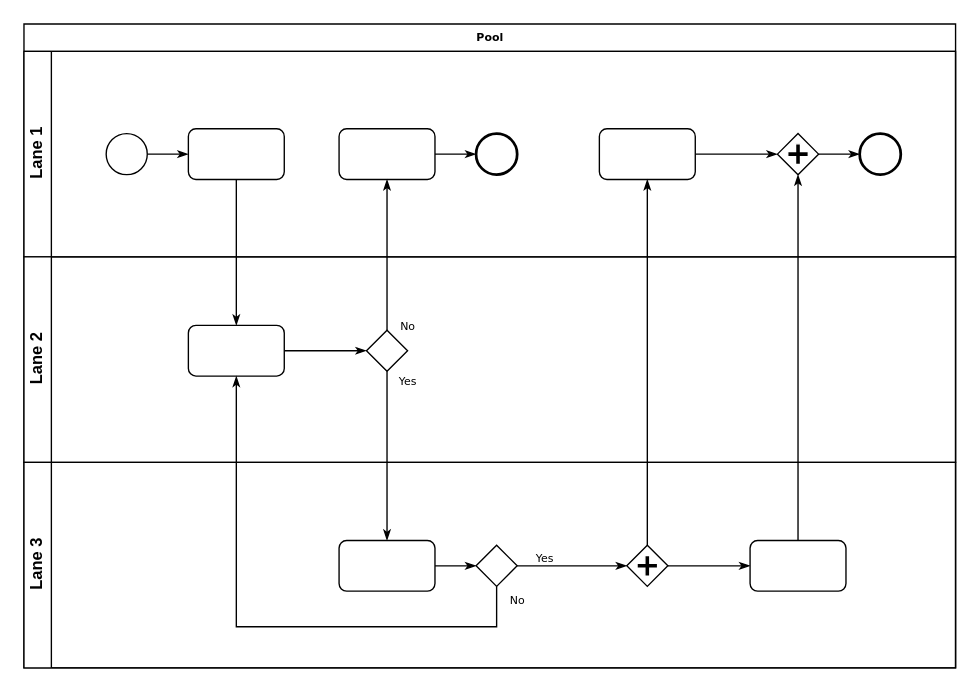
Above: page "Page-1" (1 of 3) of 物品类型映射.drawio in unclequentin/diagrams (draw.io), before the change. Source tidied: cells renumbered, new cells numbered last; positions are measured from the earlier drawing's top-left corner, leaving out a move shared by most shapes. Both pictures are drawn from the tidied source at 137%, with x=0, y=0 at pixel (23, 23).
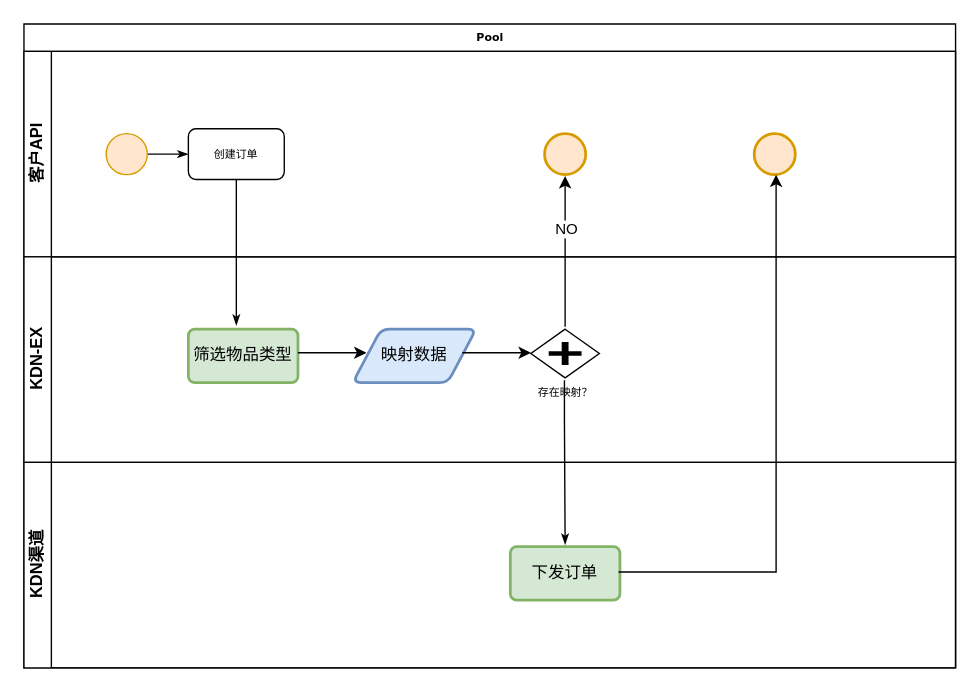
After the change.

Commit message:
更新物品类型映射.drawio

The change refers to these unchanged cells:
```xml
<mxCell id="2" value="Pool" style="swimlane;html=1;horizontal=1;startSize=20;rounded=0;shadow=0;labelBackgroundColor=none;strokeWidth=1;fontFamily=Verdana;fontSize=8;align=center;" parent="1" vertex="1">
  <mxGeometry width="680" height="470" as="geometry" />
</mxCell>
```

What changed in the source:
```diff
@@
-    <mxCell id="3" value="Lane 1" style="swimlane;html=1;startSize=20;horizontal=0;" parent="2" vertex="1">
+    <mxCell id="3" value="客户API" style="swimlane;html=1;startSize=20;horizontal=0;" parent="2" vertex="1">
       <mxGeometry y="20" width="680" height="150" as="geometry" />
     </mxCell>
@@
-    <mxCell id="5" style="ellipse;whiteSpace=wrap;html=1;rounded=0;shadow=0;labelBackgroundColor=none;strokeWidth=1;fontFamily=Verdana;fontSize=8;align=center;" parent="3" vertex="1">
+    <mxCell id="5" style="ellipse;whiteSpace=wrap;html=1;rounded=0;shadow=0;labelBackgroundColor=none;strokeWidth=1;fontFamily=Verdana;fontSize=8;align=center;fillColor=#ffe6cc;strokeColor=#d79b00;" parent="3" vertex="1">
       <mxGeometry x="60" y="60" width="30" height="30" as="geometry" />
     </mxCell>
-    <mxCell id="6" style="rounded=1;whiteSpace=wrap;html=1;shadow=0;labelBackgroundColor=none;strokeWidth=1;fontFamily=Verdana;fontSize=8;align=center;" parent="3" vertex="1">
+    <mxCell id="6" value="创建订单" style="rounded=1;whiteSpace=wrap;html=1;shadow=0;labelBackgroundColor=none;strokeWidth=1;fontFamily=Verdana;fontSize=8;align=center;" parent="3" vertex="1">
       <mxGeometry x="120" y="56.5" width="70" height="37" as="geometry" />
     </mxCell>
-    <mxCell id="7" style="edgeStyle=orthogonalEdgeStyle;rounded=0;html=1;labelBackgroundColor=none;startArrow=none;startFill=0;startSize=5;endArrow=classicThin;endFill=1;endSize=5;jettySize=auto;strokeWidth=1;fontFamily=Verdana;fontSize=8;" parent="3" edge="1" source="8" target="9">
-      <mxGeometry relative="1" as="geometry" />
-    </mxCell>
-    <mxCell id="8" style="rounded=1;whiteSpace=wrap;html=1;shadow=0;labelBackgroundColor=none;strokeWidth=1;fontFamily=Verdana;fontSize=8;align=center;" parent="3" vertex="1">
-      <mxGeometry x="230" y="56.5" width="70" height="37" as="geometry" />
-    </mxCell>
-    <mxCell id="9" style="ellipse;whiteSpace=wrap;html=1;rounded=0;shadow=0;labelBackgroundColor=none;strokeWidth=2;fontFamily=Verdana;fontSize=8;align=center;" parent="3" vertex="1">
-      <mxGeometry x="330" y="60" width="30" height="30" as="geometry" />
-    </mxCell>
-    <mxCell id="10" style="edgeStyle=orthogonalEdgeStyle;rounded=0;html=1;entryX=0;entryY=0.5;labelBackgroundColor=none;startArrow=none;startFill=0;startSize=5;endArrow=classicThin;endFill=1;endSize=5;jettySize=auto;strokeWidth=1;fontFamily=Verdana;fontSize=8;" parent="3" edge="1" source="11" target="13">
-      <mxGeometry relative="1" as="geometry" />
-    </mxCell>
-    <mxCell id="11" style="rounded=1;whiteSpace=wrap;html=1;shadow=0;labelBackgroundColor=none;strokeWidth=1;fontFamily=Verdana;fontSize=8;align=center;" parent="3" vertex="1">
-      <mxGeometry x="420" y="56.5" width="70" height="37" as="geometry" />
-    </mxCell>
-    <mxCell id="12" style="edgeStyle=orthogonalEdgeStyle;rounded=0;html=1;labelBackgroundColor=none;startArrow=none;startFill=0;startSize=5;endArrow=classicThin;endFill=1;endSize=5;jettySize=auto;strokeWidth=1;fontFamily=Verdana;fontSize=8;" parent="3" edge="1" source="13" target="14">
-      <mxGeometry relative="1" as="geometry" />
-    </mxCell>
-    <mxCell id="13" style="shape=mxgraph.bpmn.shape;html=1;verticalLabelPosition=bottom;labelBackgroundColor=#ffffff;verticalAlign=top;perimeter=rhombusPerimeter;background=gateway;outline=none;symbol=parallelGw;rounded=1;shadow=0;strokeWidth=1;fontFamily=Verdana;fontSize=8;align=center;" parent="3" vertex="1">
-      <mxGeometry x="550" y="60" width="30" height="30" as="geometry" />
-    </mxCell>
-    <mxCell id="14" style="ellipse;whiteSpace=wrap;html=1;rounded=0;shadow=0;labelBackgroundColor=none;strokeWidth=2;fontFamily=Verdana;fontSize=8;align=center;" parent="3" vertex="1">
-      <mxGeometry x="610" y="60" width="30" height="30" as="geometry" />
+    <mxCell id="14" style="ellipse;whiteSpace=wrap;html=1;rounded=0;shadow=0;labelBackgroundColor=none;strokeWidth=2;fontFamily=Verdana;fontSize=8;align=center;fillColor=#ffe6cc;strokeColor=#d79b00;" parent="3" vertex="1">
+      <mxGeometry x="380" y="60" width="30" height="30" as="geometry" />
     </mxCell>
+    <mxCell id="33" style="ellipse;whiteSpace=wrap;html=1;rounded=0;shadow=0;labelBackgroundColor=none;strokeWidth=2;fontFamily=Verdana;fontSize=8;align=center;fillColor=#ffe6cc;strokeColor=#d79b00;" parent="3" vertex="1">
+      <mxGeometry x="533" y="60" width="30" height="30" as="geometry" />
+    </mxCell>
-    <mxCell id="15" value="Lane 2" style="swimlane;html=1;startSize=20;horizontal=0;" parent="2" vertex="1">
+    <mxCell id="15" value="KDN-EX" style="swimlane;html=1;startSize=20;horizontal=0;" parent="2" vertex="1">
       <mxGeometry y="170" width="680" height="150" as="geometry" />
     </mxCell>
-    <mxCell id="16" style="edgeStyle=orthogonalEdgeStyle;rounded=0;html=1;labelBackgroundColor=none;startArrow=none;startFill=0;startSize=5;endArrow=classicThin;endFill=1;endSize=5;jettySize=auto;strokeWidth=1;fontFamily=Verdana;fontSize=8;" parent="15" edge="1" source="17" target="18">
-      <mxGeometry relative="1" as="geometry" />
-    </mxCell>
-    <mxCell id="17" style="rounded=1;whiteSpace=wrap;html=1;shadow=0;labelBackgroundColor=none;strokeWidth=1;fontFamily=Verdana;fontSize=8;align=center;" parent="15" vertex="1">
-      <mxGeometry x="120" y="50" width="70" height="37" as="geometry" />
-    </mxCell>
-    <mxCell id="18" style="strokeWidth=1;html=1;shape=mxgraph.flowchart.decision;whiteSpace=wrap;rounded=1;shadow=0;labelBackgroundColor=none;fontFamily=Verdana;fontSize=8;align=center;" parent="15" vertex="1">
-      <mxGeometry x="250" y="53.5" width="30" height="30" as="geometry" />
-    </mxCell>
+    <mxCell id="34" value="映射数据" style="shape=parallelogram;html=1;strokeWidth=2;perimeter=parallelogramPerimeter;whiteSpace=wrap;rounded=1;arcSize=12;size=0.23;fillColor=#dae8fc;strokeColor=#6c8ebf;" parent="15" vertex="1">
+      <mxGeometry x="240" y="52.8" width="90" height="39" as="geometry" />
+    </mxCell>
+    <mxCell id="35" value="筛选物品类型" style="rounded=1;whiteSpace=wrap;html=1;strokeWidth=2;arcSize=12;fillColor=#d5e8d4;strokeColor=#82b366;" parent="15" vertex="1">
+      <mxGeometry x="120" y="52.8" width="80" height="39" as="geometry" />
+    </mxCell>
+    <mxCell id="36" value="存在映射？" style="shape=mxgraph.bpmn.shape;html=1;verticalLabelPosition=bottom;labelBackgroundColor=#ffffff;verticalAlign=top;perimeter=rhombusPerimeter;background=gateway;outline=none;symbol=parallelGw;rounded=1;shadow=0;strokeWidth=1;fontFamily=Verdana;fontSize=8;align=center;" parent="15" vertex="1">
+      <mxGeometry x="370" y="52.8" width="50" height="35.5" as="geometry" />
+    </mxCell>
+    <mxCell id="37" style="edgeStyle=orthogonalEdgeStyle;rounded=0;orthogonalLoop=1;jettySize=auto;html=1;" parent="15" edge="1">
+      <mxGeometry relative="1" as="geometry">
+        <mxPoint x="320" y="70" as="sourcePoint" />
+        <mxPoint x="370" y="70" as="targetPoint" />
+      </mxGeometry>
+    </mxCell>
+    <mxCell id="38" style="endArrow=classic;html=1;rounded=0;entryX=0.5;entryY=1;entryDx=0;entryDy=0;" parent="15" edge="1">
+      <mxGeometry relative="1" as="geometry">
+        <mxPoint x="395" y="51" as="sourcePoint" />
+        <mxPoint x="395" y="-59" as="targetPoint" />
+      </mxGeometry>
+    </mxCell>
+    <mxCell id="39" value="NO" style="edgeLabel;html=1;align=center;verticalAlign=middle;" parent="38" vertex="1">
+      <mxGeometry x="0.31" relative="1" as="geometry" />
+    </mxCell>
+    <mxCell id="40" style="edgeStyle=orthogonalEdgeStyle;rounded=0;html=1;labelBackgroundColor=none;startArrow=none;startFill=0;startSize=5;endArrow=classicThin;endFill=1;endSize=5;jettySize=auto;orthogonalLoop=1;strokeWidth=1;fontFamily=Verdana;fontSize=8;" parent="15" edge="1">
+      <mxGeometry relative="1" as="geometry">
+        <mxPoint x="394.5" y="90" as="sourcePoint" />
+        <mxPoint x="395" y="210" as="targetPoint" />
+        <Array as="points">
+          <mxPoint x="395" y="120" />
+          <mxPoint x="395" y="120" />
+        </Array>
+      </mxGeometry>
+    </mxCell>
+    <mxCell id="41" style="edgeStyle=orthogonalEdgeStyle;rounded=0;orthogonalLoop=1;jettySize=auto;html=1;" parent="15" edge="1">
+      <mxGeometry relative="1" as="geometry">
+        <mxPoint x="200" y="70" as="sourcePoint" />
+        <mxPoint x="250" y="70" as="targetPoint" />
+      </mxGeometry>
+    </mxCell>
-    <mxCell id="19" value="Lane 3" style="swimlane;html=1;startSize=20;horizontal=0;" parent="2" vertex="1">
+    <mxCell id="19" value="KDN渠道" style="swimlane;html=1;startSize=20;horizontal=0;" parent="2" vertex="1">
       <mxGeometry y="320" width="680" height="150" as="geometry" />
     </mxCell>
-    <mxCell id="20" style="edgeStyle=orthogonalEdgeStyle;rounded=0;html=1;labelBackgroundColor=none;startArrow=none;startFill=0;startSize=5;endArrow=classicThin;endFill=1;endSize=5;jettySize=auto;strokeWidth=1;fontFamily=Verdana;fontSize=8;" parent="19" edge="1" source="21" target="23">
-      <mxGeometry relative="1" as="geometry" />
-    </mxCell>
-    <mxCell id="21" style="rounded=1;whiteSpace=wrap;html=1;shadow=0;labelBackgroundColor=none;strokeWidth=1;fontFamily=Verdana;fontSize=8;align=center;" parent="19" vertex="1">
-      <mxGeometry x="230" y="57" width="70" height="37" as="geometry" />
-    </mxCell>
-    <mxCell id="22" value="Yes" style="edgeStyle=orthogonalEdgeStyle;rounded=0;html=1;entryX=0;entryY=0.5;labelBackgroundColor=none;startArrow=none;startFill=0;startSize=5;endArrow=classicThin;endFill=1;endSize=5;jettySize=auto;strokeWidth=1;fontFamily=Verdana;fontSize=8;" parent="19" edge="1" source="23" target="25">
-      <mxGeometry x="-0.5" y="6" relative="1" as="geometry" />
-    </mxCell>
-    <mxCell id="23" style="strokeWidth=1;html=1;shape=mxgraph.flowchart.decision;whiteSpace=wrap;rounded=1;shadow=0;labelBackgroundColor=none;fontFamily=Verdana;fontSize=8;align=center;" parent="19" vertex="1">
-      <mxGeometry x="330" y="60.5" width="30" height="30" as="geometry" />
-    </mxCell>
-    <mxCell id="24" style="edgeStyle=orthogonalEdgeStyle;rounded=0;html=1;labelBackgroundColor=none;startArrow=none;startFill=0;startSize=5;endArrow=classicThin;endFill=1;endSize=5;jettySize=auto;strokeColor=#000000;strokeWidth=1;fontFamily=Verdana;fontSize=8;fontColor=#000000;" parent="19" edge="1" source="25" target="26">
-      <mxGeometry relative="1" as="geometry" />
-    </mxCell>
-    <mxCell id="25" style="shape=mxgraph.bpmn.shape;html=1;verticalLabelPosition=bottom;labelBackgroundColor=#ffffff;verticalAlign=top;perimeter=rhombusPerimeter;background=gateway;outline=none;symbol=parallelGw;rounded=1;shadow=0;strokeWidth=1;fontFamily=Verdana;fontSize=8;align=center;" parent="19" vertex="1">
-      <mxGeometry x="440" y="60.5" width="30" height="30" as="geometry" />
-    </mxCell>
-    <mxCell id="26" style="rounded=1;whiteSpace=wrap;html=1;shadow=0;labelBackgroundColor=none;strokeWidth=1;fontFamily=Verdana;fontSize=8;align=center;" parent="19" vertex="1">
-      <mxGeometry x="530" y="57" width="70" height="37" as="geometry" />
-    </mxCell>
+    <mxCell id="42" value="下发订单" style="rounded=1;whiteSpace=wrap;html=1;strokeWidth=2;arcSize=12;fillColor=#d5e8d4;strokeColor=#82b366;" parent="19" vertex="1">
+      <mxGeometry x="355" y="61.5" width="80" height="39" as="geometry" />
+    </mxCell>
-    <mxCell id="27" style="edgeStyle=orthogonalEdgeStyle;rounded=0;html=1;labelBackgroundColor=none;startArrow=none;startFill=0;startSize=5;endArrow=classicThin;endFill=1;endSize=5;jettySize=auto;strokeWidth=1;fontFamily=Verdana;fontSize=8;" parent="2" edge="1" source="6" target="17">
-      <mxGeometry relative="1" as="geometry" />
+    <mxCell id="27" style="edgeStyle=orthogonalEdgeStyle;rounded=0;html=1;labelBackgroundColor=none;startArrow=none;startFill=0;startSize=5;endArrow=classicThin;endFill=1;endSize=5;jettySize=auto;strokeWidth=1;fontFamily=Verdana;fontSize=8;" parent="2" edge="1" source="6">
+      <mxGeometry relative="1" as="geometry">
+        <mxPoint x="155" y="220" as="targetPoint" />
+      </mxGeometry>
     </mxCell>
-    <mxCell id="28" value="No" style="edgeStyle=orthogonalEdgeStyle;rounded=0;html=1;labelBackgroundColor=none;startArrow=none;startFill=0;startSize=5;endArrow=classicThin;endFill=1;endSize=5;jettySize=auto;strokeWidth=1;fontFamily=Verdana;fontSize=8;" parent="2" edge="1" source="18" target="8">
-      <mxGeometry x="-0.94" y="-15" relative="1" as="geometry" />
-    </mxCell>
-    <mxCell id="29" value="Yes" style="edgeStyle=orthogonalEdgeStyle;rounded=0;html=1;labelBackgroundColor=none;startArrow=none;startFill=0;startSize=5;endArrow=classicThin;endFill=1;endSize=5;jettySize=auto;strokeWidth=1;fontFamily=Verdana;fontSize=8;" parent="2" edge="1" source="18" target="21">
-      <mxGeometry x="-0.89" y="15" relative="1" as="geometry" />
-    </mxCell>
-    <mxCell id="30" style="edgeStyle=orthogonalEdgeStyle;rounded=0;html=1;entryX=0.5;entryY=1;labelBackgroundColor=none;startArrow=none;startFill=0;startSize=5;endArrow=classicThin;endFill=1;endSize=5;jettySize=auto;strokeWidth=1;fontFamily=Verdana;fontSize=8;" parent="2" edge="1" source="26" target="13">
-      <mxGeometry relative="1" as="geometry" />
-    </mxCell>
-    <mxCell id="31" value="No" style="edgeStyle=orthogonalEdgeStyle;rounded=0;html=1;labelBackgroundColor=none;startArrow=none;startFill=0;startSize=5;endArrow=classicThin;endFill=1;endSize=5;jettySize=auto;strokeWidth=1;fontFamily=Verdana;fontSize=8;" parent="2" edge="1" source="23" target="17">
-      <mxGeometry x="-0.95" y="15" relative="1" as="geometry">
-        <Array as="points">
-          <mxPoint x="345" y="440" />
-          <mxPoint x="155" y="440" />
-        </Array>
-      </mxGeometry>
-    </mxCell>
-    <mxCell id="32" style="edgeStyle=orthogonalEdgeStyle;rounded=0;html=1;labelBackgroundColor=none;startArrow=none;startFill=0;startSize=5;endArrow=classicThin;endFill=1;endSize=5;jettySize=auto;strokeWidth=1;fontFamily=Verdana;fontSize=8;" parent="2" edge="1" source="25" target="11">
-      <mxGeometry relative="1" as="geometry" />
-    </mxCell>
+    <mxCell id="43" style="endArrow=classic;html=1;rounded=0;edgeStyle=orthogonalEdgeStyle;entryX=0.5;entryY=1;entryDx=0;entryDy=0;exitX=0.938;exitY=0.474;exitDx=0;exitDy=0;exitPerimeter=0;" parent="2" edge="1">
+      <mxGeometry relative="1" as="geometry">
+        <mxPoint x="434" y="400" as="sourcePoint" />
+        <mxPoint x="549" y="110" as="targetPoint" />
+        <Array as="points">
+          <mxPoint x="549" y="400" />
+        </Array>
+      </mxGeometry>
+    </mxCell>
```
